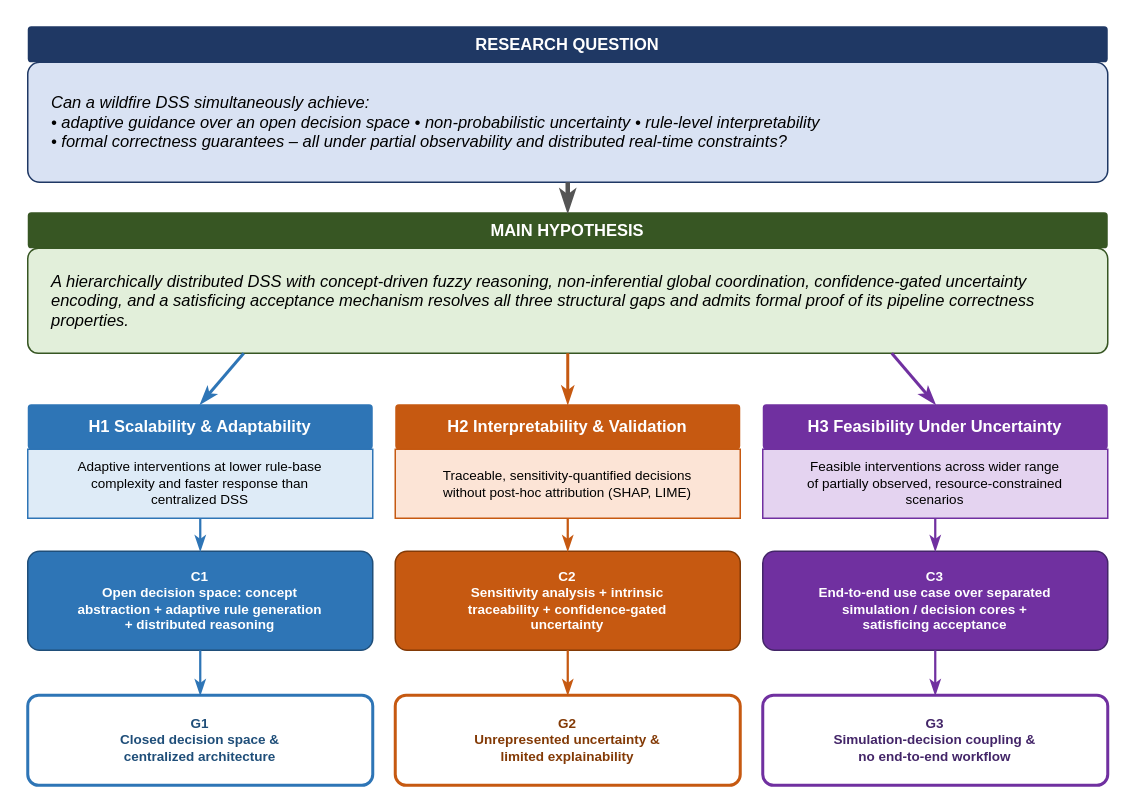
Earlier version of the draw.io diagram page 1 of 7 of 01_Thesis/BlockDiagram_v2.drawio (northwind13/Enhanced_DSS). Source tidied: cells renumbered, new cells numbered last; positions are measured from the earlier drawing's top-left corner, leaving out a move shared by most shapes. Both pictures are drawn from the tidied source at 150%, with x=0, y=0 at pixel (27, 26).
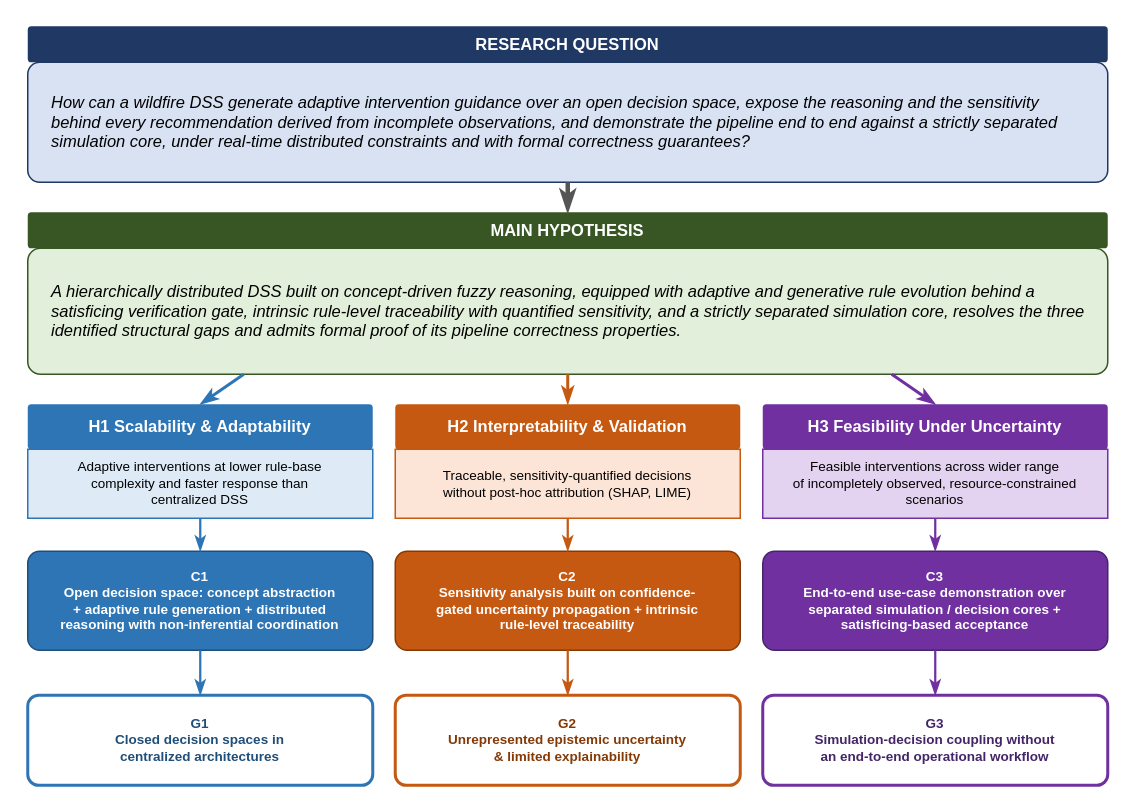
Above is the later version.

What changed in the source:
```diff
@@
-    <mxCell id="3" value="Can a wildfire DSS simultaneously achieve:&#10;• adaptive guidance over an open decision space • non-probabilistic uncertainty • rule-level interpretability&#10;• formal correctness guarantees – all under partial observability and distributed real-time constraints?" style="rounded=1;whiteSpace=wrap;html=1;fillColor=#D9E2F3;strokeColor=#1F3864;fontSize=11;fontStyle=2;arcSize=10;align=left;spacingLeft=14;spacingRight=14;spacingTop=8;spacingBottom=8;" parent="1" vertex="1">
+    <mxCell id="3" value="How can a wildfire DSS generate adaptive intervention guidance over an open decision space, expose the reasoning and the sensitivity behind every recommendation derived from incomplete observations, and demonstrate the pipeline end to end against a strictly separated simulation core, under real-time distributed constraints and with formal correctness guarantees?" style="rounded=1;whiteSpace=wrap;html=1;fillColor=#D9E2F3;strokeColor=#1F3864;fontSize=11;fontStyle=2;arcSize=10;align=left;spacingLeft=14;spacingRight=14;spacingTop=8;spacingBottom=8;" parent="1" vertex="1">
       <mxGeometry y="24" width="720" height="80" as="geometry" />
     </mxCell>
@@
-    <mxCell id="5" value="A hierarchically distributed DSS with concept-driven fuzzy reasoning, non-inferential global coordination, confidence-gated uncertainty encoding, and a satisficing acceptance mechanism resolves all three structural gaps and admits formal proof of its pipeline correctness properties." style="rounded=1;whiteSpace=wrap;html=1;fillColor=#E2EFDA;strokeColor=#375623;fontSize=11;fontStyle=2;arcSize=10;align=left;spacingLeft=14;spacingRight=14;spacingTop=8;spacingBottom=8;" parent="1" vertex="1">
-      <mxGeometry y="148" width="720" height="70" as="geometry" />
+    <mxCell id="5" value="A hierarchically distributed DSS built on concept-driven fuzzy reasoning, equipped with adaptive and generative rule evolution behind a satisficing verification gate, intrinsic rule-level traceability with quantified sensitivity, and a strictly separated simulation core, resolves the three identified structural gaps and admits formal proof of its pipeline correctness properties." style="rounded=1;whiteSpace=wrap;html=1;fillColor=#E2EFDA;strokeColor=#375623;fontSize=11;fontStyle=2;arcSize=10;align=left;spacingLeft=14;spacingRight=14;spacingTop=8;spacingBottom=8;" parent="1" vertex="1">
+      <mxGeometry y="148" width="720" height="84" as="geometry" />
     </mxCell>
@@
-    <mxCell id="11" value="Feasible interventions across wider range&#10;of partially observed, resource-constrained&#10;scenarios" style="whiteSpace=wrap;html=1;fillColor=#E4D3F0;strokeColor=#7030A0;fontSize=9;align=center;spacingTop=4;spacingBottom=4;" parent="1" vertex="1">
+    <mxCell id="11" value="Feasible interventions across wider range&#10;of incompletely observed, resource-constrained&#10;scenarios" style="whiteSpace=wrap;html=1;fillColor=#E4D3F0;strokeColor=#7030A0;fontSize=9;align=center;spacingTop=4;spacingBottom=4;" parent="1" vertex="1">
       <mxGeometry x="490" y="282" width="230" height="46" as="geometry" />
     </mxCell>
-    <mxCell id="12" value="C1&#10;Open decision space: concept&#10;abstraction + adaptive rule generation&#10;+ distributed reasoning" style="rounded=1;whiteSpace=wrap;html=1;fillColor=#2E75B6;strokeColor=#1F4E79;fontColor=#FFFFFF;fontStyle=1;fontSize=9;arcSize=12;spacingTop=4;spacingBottom=4;" parent="1" vertex="1">
+    <mxCell id="12" value="C1&#10;Open decision space: concept abstraction&#10;+ adaptive rule generation + distributed&#10;reasoning with non-inferential coordination" style="rounded=1;whiteSpace=wrap;html=1;fillColor=#2E75B6;strokeColor=#1F4E79;fontColor=#FFFFFF;fontStyle=1;fontSize=9;arcSize=12;spacingTop=4;spacingBottom=4;" parent="1" vertex="1">
       <mxGeometry y="350" width="230" height="66" as="geometry" />
     </mxCell>
-    <mxCell id="13" value="C2&#10;Sensitivity analysis + intrinsic&#10;traceability + confidence-gated&#10;uncertainty" style="rounded=1;whiteSpace=wrap;html=1;fillColor=#C65911;strokeColor=#833A06;fontColor=#FFFFFF;fontStyle=1;fontSize=9;arcSize=12;spacingTop=4;spacingBottom=4;" parent="1" vertex="1">
+    <mxCell id="13" value="C2&#10;Sensitivity analysis built on confidence-&#10;gated uncertainty propagation + intrinsic&#10;rule-level traceability" style="rounded=1;whiteSpace=wrap;html=1;fillColor=#C65911;strokeColor=#833A06;fontColor=#FFFFFF;fontStyle=1;fontSize=9;arcSize=12;spacingTop=4;spacingBottom=4;" parent="1" vertex="1">
       <mxGeometry x="245" y="350" width="230" height="66" as="geometry" />
     </mxCell>
-    <mxCell id="14" value="C3&#10;End-to-end use case over separated&#10;simulation / decision cores +&#10;satisficing acceptance" style="rounded=1;whiteSpace=wrap;html=1;fillColor=#7030A0;strokeColor=#432568;fontColor=#FFFFFF;fontStyle=1;fontSize=9;arcSize=12;spacingTop=4;spacingBottom=4;" parent="1" vertex="1">
+    <mxCell id="14" value="C3&#10;End-to-end use-case demonstration over&#10;separated simulation / decision cores +&#10;satisficing-based acceptance" style="rounded=1;whiteSpace=wrap;html=1;fillColor=#7030A0;strokeColor=#432568;fontColor=#FFFFFF;fontStyle=1;fontSize=9;arcSize=12;spacingTop=4;spacingBottom=4;" parent="1" vertex="1">
       <mxGeometry x="490" y="350" width="230" height="66" as="geometry" />
     </mxCell>
-    <mxCell id="15" value="G1&#10;Closed decision space &amp;&#10;centralized architecture" style="rounded=1;whiteSpace=wrap;html=1;fillColor=#FFFFFF;strokeColor=#2E75B6;strokeWidth=2;fontColor=#1F4E79;fontStyle=1;fontSize=9;arcSize=12;spacingTop=4;spacingBottom=4;" parent="1" vertex="1">
+    <mxCell id="15" value="G1&#10;Closed decision spaces in&#10;centralized architectures" style="rounded=1;whiteSpace=wrap;html=1;fillColor=#FFFFFF;strokeColor=#2E75B6;strokeWidth=2;fontColor=#1F4E79;fontStyle=1;fontSize=9;arcSize=12;spacingTop=4;spacingBottom=4;" parent="1" vertex="1">
       <mxGeometry y="446" width="230" height="60" as="geometry" />
     </mxCell>
-    <mxCell id="16" value="G2&#10;Unrepresented uncertainty &amp;&#10;limited explainability" style="rounded=1;whiteSpace=wrap;html=1;fillColor=#FFFFFF;strokeColor=#C65911;strokeWidth=2;fontColor=#833A06;fontStyle=1;fontSize=9;arcSize=12;spacingTop=4;spacingBottom=4;" parent="1" vertex="1">
+    <mxCell id="16" value="G2&#10;Unrepresented epistemic uncertainty&#10;&amp; limited explainability" style="rounded=1;whiteSpace=wrap;html=1;fillColor=#FFFFFF;strokeColor=#C65911;strokeWidth=2;fontColor=#833A06;fontStyle=1;fontSize=9;arcSize=12;spacingTop=4;spacingBottom=4;" parent="1" vertex="1">
       <mxGeometry x="245" y="446" width="230" height="60" as="geometry" />
     </mxCell>
-    <mxCell id="17" value="G3&#10;Simulation-decision coupling &amp;&#10;no end-to-end workflow" style="rounded=1;whiteSpace=wrap;html=1;fillColor=#FFFFFF;strokeColor=#7030A0;strokeWidth=2;fontColor=#432568;fontStyle=1;fontSize=9;arcSize=12;spacingTop=4;spacingBottom=4;" parent="1" vertex="1">
+    <mxCell id="17" value="G3&#10;Simulation-decision coupling without&#10;an end-to-end operational workflow" style="rounded=1;whiteSpace=wrap;html=1;fillColor=#FFFFFF;strokeColor=#7030A0;strokeWidth=2;fontColor=#432568;fontStyle=1;fontSize=9;arcSize=12;spacingTop=4;spacingBottom=4;" parent="1" vertex="1">
       <mxGeometry x="490" y="446" width="230" height="60" as="geometry" />
     </mxCell>
```
